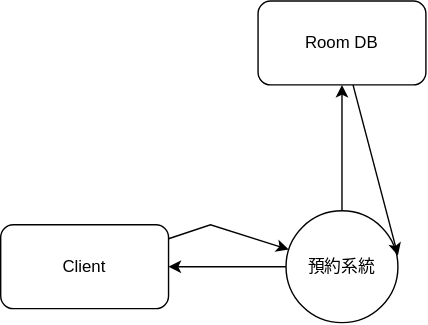
This is Drawio/3.3.2.2.drawio.svg from CCCpeggy/Reservatio-system, a draw.io export, as it was before one commit. Source tidied: cells renumbered, new cells last; positions are measured from the earlier drawing's top-left corner, leaving out a move shared by most shapes.
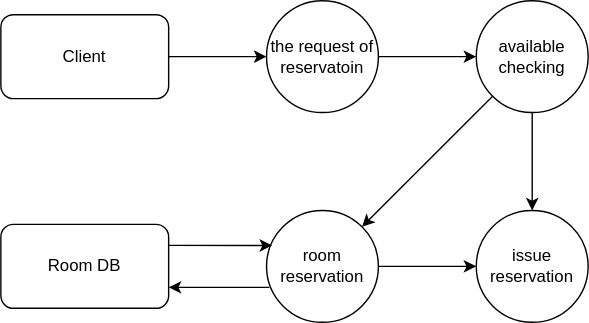
The same diagram one commit later.

Diff of the diagram source:
```diff
@@ -2,33 +2,48 @@
   <root>
     <mxCell id="0" />
     <mxCell id="1" parent="0" />
-    <mxCell id="2" style="edgeStyle=none;rounded=0;jettySize=auto;html=1;" parent="1" edge="1" target="5">
-      <mxGeometry relative="1" as="geometry">
-        <mxPoint x="120" y="170" as="sourcePoint" />
-        <Array as="points">
-          <mxPoint x="150" y="160" />
-        </Array>
-      </mxGeometry>
-    </mxCell>
-    <mxCell id="3" style="edgeStyle=none;rounded=0;jettySize=auto;html=1;" parent="1" edge="1" source="5" target="7">
-      <mxGeometry relative="1" as="geometry" />
-    </mxCell>
-    <mxCell id="4" style="edgeStyle=none;rounded=0;jettySize=auto;html=1;" parent="1" edge="1" source="5">
-      <mxGeometry relative="1" as="geometry">
-        <mxPoint x="120" y="190" as="targetPoint" />
-      </mxGeometry>
-    </mxCell>
+    <mxCell id="9" style="edgeStyle=orthogonalEdgeStyle;rounded=0;jettySize=auto;html=1;entryX=0.5;entryY=0;entryDx=0;entryDy=0;" parent="1" edge="1" source="5" target="18">
+      <mxGeometry relative="1" as="geometry" />
+    </mxCell>
-    <mxCell id="5" value="預約系統" style="ellipse;whiteSpace=wrap;html=1;" parent="1" vertex="1">
-      <mxGeometry x="204" y="150" width="80" height="80" as="geometry" />
+    <mxCell id="5" value="available&lt;br&gt;checking" style="ellipse;whiteSpace=wrap;html=1;" parent="1" vertex="1">
+      <mxGeometry x="260" y="100" width="80" height="80" as="geometry" />
     </mxCell>
-    <mxCell id="6" style="edgeStyle=none;rounded=0;jettySize=auto;html=1;entryX=1;entryY=0.4;entryDx=0;entryDy=0;entryPerimeter=0;" parent="1" edge="1" source="7" target="5">
-      <mxGeometry relative="1" as="geometry" />
-    </mxCell>
     <mxCell id="7" value="Room DB" style="rounded=1;whiteSpace=wrap;html=1;" parent="1" vertex="1">
-      <mxGeometry x="184" width="120" height="60" as="geometry" />
+      <mxGeometry x="-80" y="260" width="120" height="60" as="geometry" />
     </mxCell>
+    <mxCell id="10" style="edgeStyle=orthogonalEdgeStyle;rounded=0;jettySize=auto;html=1;entryX=0;entryY=0.5;entryDx=0;entryDy=0;" parent="1" edge="1" source="8" target="12">
+      <mxGeometry relative="1" as="geometry">
+        <Array as="points">
+          <mxPoint x="20" y="140" />
+        </Array>
+      </mxGeometry>
+    </mxCell>
     <mxCell id="8" value="Client" style="rounded=1;whiteSpace=wrap;html=1;" parent="1" vertex="1">
-      <mxGeometry y="160" width="120" height="60" as="geometry" />
+      <mxGeometry x="-80" y="110" width="120" height="60" as="geometry" />
     </mxCell>
+    <mxCell id="11" style="edgeStyle=orthogonalEdgeStyle;rounded=0;jettySize=auto;html=1;entryX=0;entryY=0.5;entryDx=0;entryDy=0;" parent="1" edge="1" source="12" target="5">
+      <mxGeometry relative="1" as="geometry" />
+    </mxCell>
+    <mxCell id="12" value="the request of&lt;br&gt;reservatoin" style="ellipse;whiteSpace=wrap;html=1;" parent="1" vertex="1">
+      <mxGeometry x="110" y="100" width="80" height="80" as="geometry" />
+    </mxCell>
+    <mxCell id="13" style="edgeStyle=orthogonalEdgeStyle;rounded=0;jettySize=auto;html=1;entryX=0;entryY=0.5;entryDx=0;entryDy=0;" parent="1" edge="1" source="14" target="18">
+      <mxGeometry relative="1" as="geometry" />
+    </mxCell>
+    <mxCell id="14" value="room&lt;br&gt;reservation" style="ellipse;whiteSpace=wrap;html=1;" parent="1" vertex="1">
+      <mxGeometry x="110" y="250" width="80" height="80" as="geometry" />
+    </mxCell>
+    <mxCell id="15" style="endArrow=classic;html=1;entryX=1;entryY=0;entryDx=0;entryDy=0;exitX=0;exitY=1;exitDx=0;exitDy=0;" parent="1" edge="1" source="5" target="14">
+      <mxGeometry relative="1" as="geometry" />
+    </mxCell>
+    <mxCell id="16" style="edgeStyle=orthogonalEdgeStyle;rounded=0;jettySize=auto;html=1;exitX=1;exitY=0.25;exitDx=0;exitDy=0;entryX=0.05;entryY=0.313;entryDx=0;entryDy=0;entryPerimeter=0;" parent="1" edge="1" source="7" target="14">
+      <mxGeometry relative="1" as="geometry" />
+    </mxCell>
+    <mxCell id="17" style="edgeStyle=orthogonalEdgeStyle;rounded=0;jettySize=auto;html=1;exitX=0.025;exitY=0.688;exitDx=0;exitDy=0;entryX=1;entryY=0.75;entryDx=0;entryDy=0;exitPerimeter=0;" parent="1" edge="1" source="14" target="7">
+      <mxGeometry relative="1" as="geometry" />
+    </mxCell>
+    <mxCell id="18" value="issue&lt;br&gt;reservation" style="ellipse;whiteSpace=wrap;html=1;" parent="1" vertex="1">
+      <mxGeometry x="260" y="250" width="80" height="80" as="geometry" />
+    </mxCell>
   </root>
 </mxGraphModel>
```
